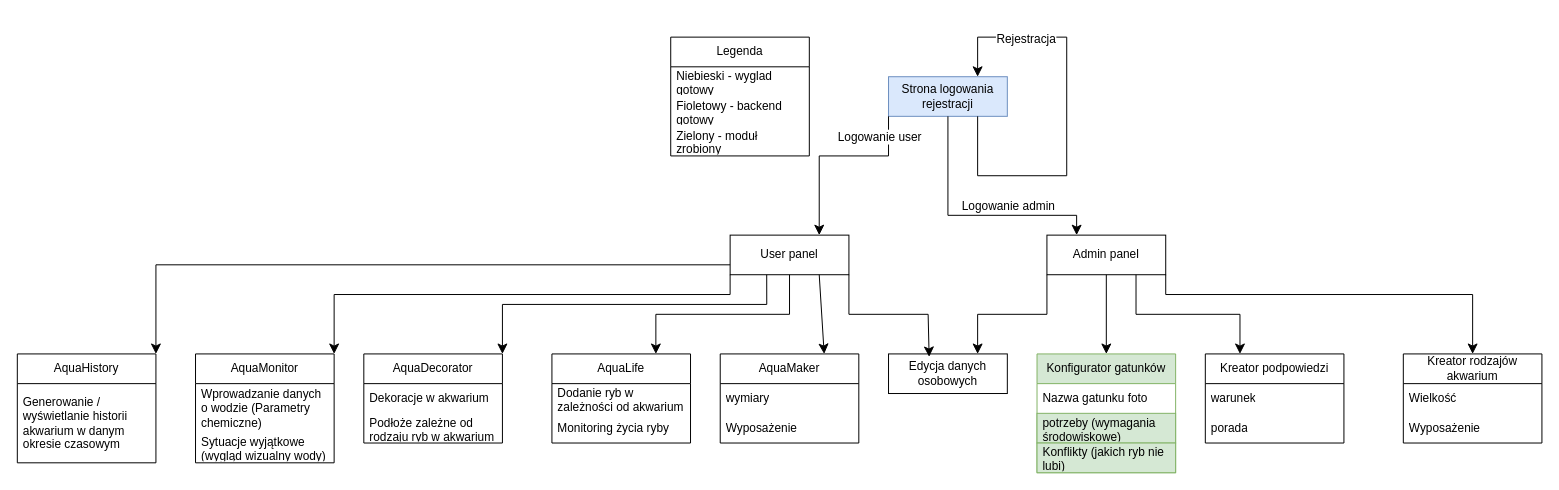
Above: Dokumentacja/front flow.drawio in MrGrzesiek/AquaFriends (draw.io), before the change. Source tidied: cells renumbered, new cells numbered last; positions are measured from the earlier drawing's top-left corner, leaving out a move shared by most shapes. Both pictures are drawn from the tidied source at 99%, with x=0, y=0 at pixel (17, 37).
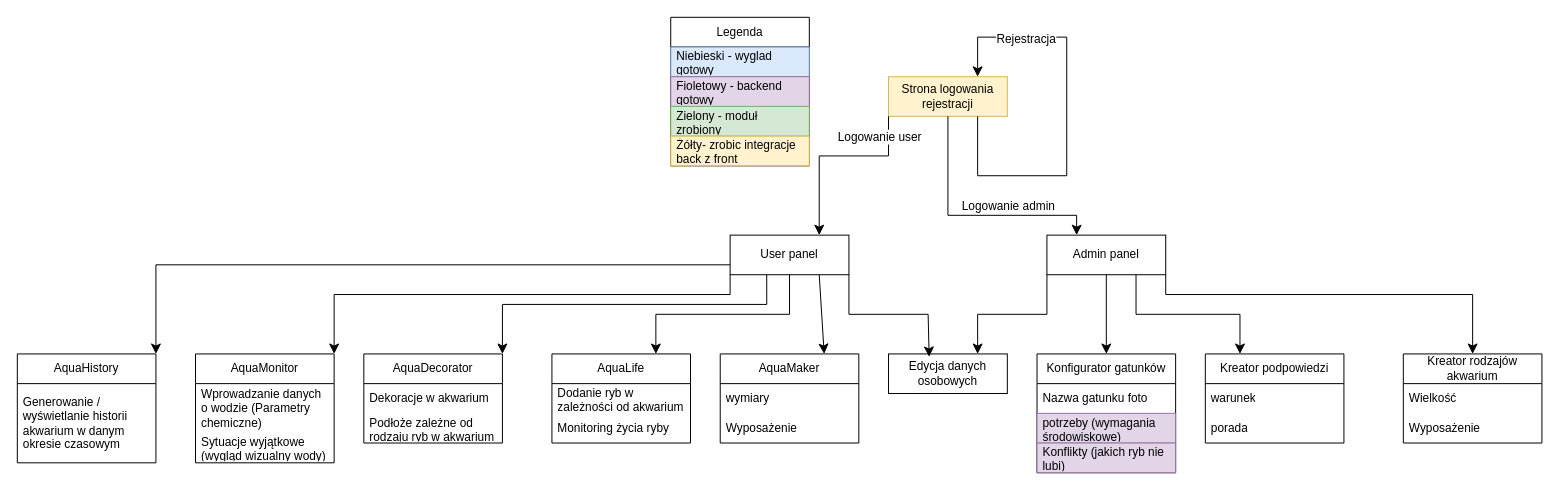
The same page after the edit.

Diff of the diagram source:
```diff
@@
-    <mxCell id="2" value="Strona logowania rejestracji" style="rounded=0;whiteSpace=wrap;html=1;fillColor=#dae8fc;strokeColor=#6c8ebf;" parent="1" vertex="1">
+    <mxCell id="2" value="Strona logowania rejestracji" style="rounded=0;whiteSpace=wrap;html=1;fillColor=#fff2cc;strokeColor=#d6b656;" parent="1" vertex="1">
       <mxGeometry x="880" y="40" width="120" height="40" as="geometry" />
     </mxCell>
@@
-    <mxCell id="15" value="Konfigurator gatunków" style="swimlane;fontStyle=0;horizontal=1;startSize=30;whiteSpace=wrap;html=1;fillColor=#d5e8d4;strokeColor=#82b366;" parent="1" vertex="1">
+    <mxCell id="15" value="Konfigurator gatunków" style="swimlane;fontStyle=0;horizontal=1;startSize=30;whiteSpace=wrap;html=1;" parent="1" vertex="1">
       <mxGeometry x="1030" y="320" width="140" height="120" as="geometry" />
     </mxCell>
@@
-    <mxCell id="17" value="potrzeby (wymagania środowiskowe)" style="text;strokeColor=#82b366;fillColor=#d5e8d4;align=left;verticalAlign=middle;spacingLeft=4;spacingRight=4;overflow=hidden;whiteSpace=wrap;html=1;" parent="15" vertex="1">
+    <mxCell id="17" value="potrzeby (wymagania środowiskowe)" style="text;strokeColor=#9673a6;fillColor=#e1d5e7;align=left;verticalAlign=middle;spacingLeft=4;spacingRight=4;overflow=hidden;whiteSpace=wrap;html=1;" parent="15" vertex="1">
       <mxGeometry y="60" width="140" height="30" as="geometry" />
     </mxCell>
-    <mxCell id="18" value="Konflikty (jakich ryb nie lubi)" style="text;strokeColor=#82b366;fillColor=#d5e8d4;align=left;verticalAlign=middle;spacingLeft=4;spacingRight=4;overflow=hidden;whiteSpace=wrap;html=1;" parent="15" vertex="1">
+    <mxCell id="18" value="Konflikty (jakich ryb nie lubi)" style="text;strokeColor=#9673a6;fillColor=#e1d5e7;align=left;verticalAlign=middle;spacingLeft=4;spacingRight=4;overflow=hidden;whiteSpace=wrap;html=1;" parent="15" vertex="1">
       <mxGeometry y="90" width="140" height="30" as="geometry" />
     </mxCell>
@@
     <mxCell id="46" value="Legenda" style="swimlane;fontStyle=0;horizontal=1;startSize=30;whiteSpace=wrap;html=1;" parent="1" vertex="1">
-      <mxGeometry x="660" width="140" height="120" as="geometry" />
+      <mxGeometry x="660" y="-20" width="140" height="150" as="geometry" />
     </mxCell>
-    <mxCell id="47" value="Niebieski - wyglad gotowy" style="text;strokeColor=none;fillColor=none;align=left;verticalAlign=middle;spacingLeft=4;spacingRight=4;overflow=hidden;whiteSpace=wrap;html=1;" parent="46" vertex="1">
+    <mxCell id="47" value="Niebieski - wyglad gotowy" style="text;strokeColor=#6c8ebf;fillColor=#dae8fc;align=left;verticalAlign=middle;spacingLeft=4;spacingRight=4;overflow=hidden;whiteSpace=wrap;html=1;" parent="46" vertex="1">
       <mxGeometry y="30" width="140" height="30" as="geometry" />
     </mxCell>
-    <mxCell id="48" value="Fioletowy - backend gotowy" style="text;strokeColor=none;fillColor=none;align=left;verticalAlign=middle;spacingLeft=4;spacingRight=4;overflow=hidden;whiteSpace=wrap;html=1;" parent="46" vertex="1">
+    <mxCell id="48" value="Fioletowy - backend gotowy" style="text;strokeColor=#9673a6;fillColor=#e1d5e7;align=left;verticalAlign=middle;spacingLeft=4;spacingRight=4;overflow=hidden;whiteSpace=wrap;html=1;" parent="46" vertex="1">
       <mxGeometry y="60" width="140" height="30" as="geometry" />
     </mxCell>
-    <mxCell id="49" value="Zielony - moduł zrobiony" style="text;strokeColor=none;fillColor=none;align=left;verticalAlign=middle;spacingLeft=4;spacingRight=4;overflow=hidden;whiteSpace=wrap;html=1;" parent="46" vertex="1">
+    <mxCell id="49" value="Zielony - moduł zrobiony" style="text;strokeColor=#82b366;fillColor=#d5e8d4;align=left;verticalAlign=middle;spacingLeft=4;spacingRight=4;overflow=hidden;whiteSpace=wrap;html=1;" parent="46" vertex="1">
       <mxGeometry y="90" width="140" height="30" as="geometry" />
     </mxCell>
+    <mxCell id="50" value="Żółty- zrobic integracje back z front" style="text;strokeColor=#d6b656;fillColor=#fff2cc;align=left;verticalAlign=middle;spacingLeft=4;spacingRight=4;overflow=hidden;whiteSpace=wrap;html=1;" parent="46" vertex="1">
+      <mxGeometry y="120" width="140" height="30" as="geometry" />
+    </mxCell>
```
